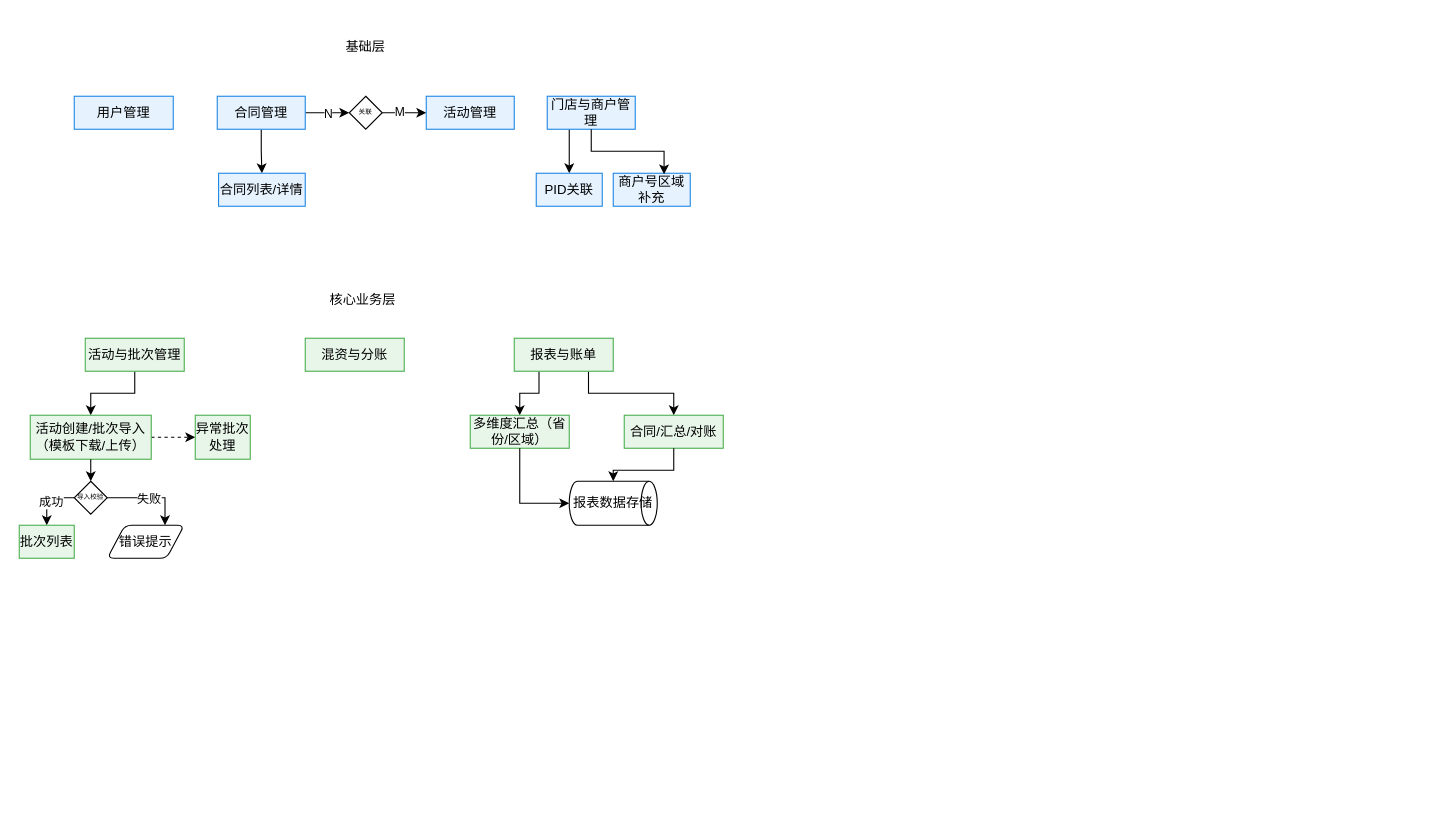
The draw.io diagram 卡券对账.drawio in yoonai/MyTestFolder, before the edit. Source tidied: cells renumbered, new cells numbered last; positions are measured from the earlier drawing's top-left corner, leaving out a move shared by most shapes. Both pictures are drawn from the tidied source at 110%, with x=0, y=0 at pixel (19, 30).
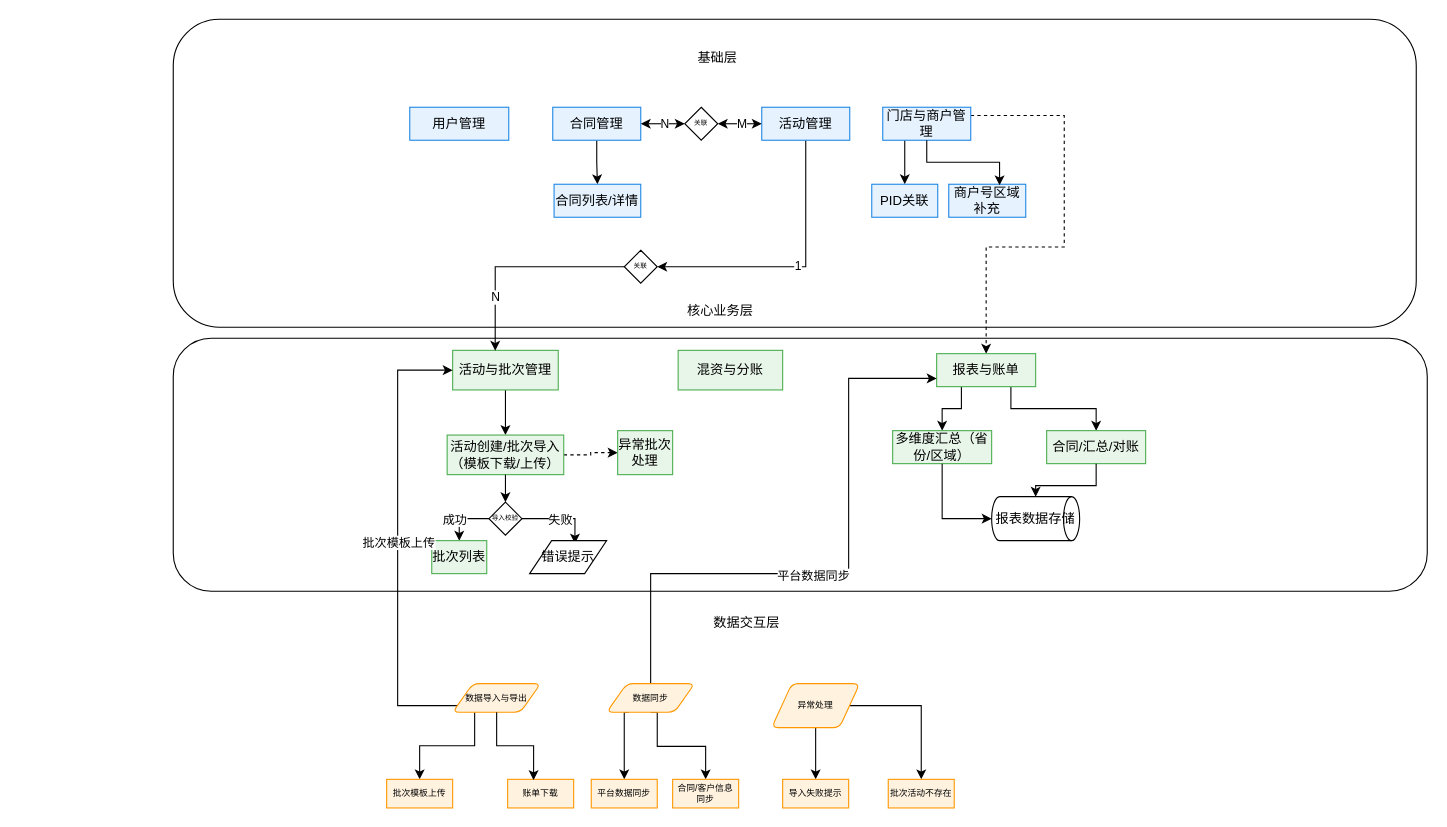
Above is the later version.

Commit message (it also covers changes not shown here):
更新卡券对账.drawio

Unchanged cells that the change refers to:
```xml
<mxCell id="23" style="edgeStyle=orthogonalEdgeStyle;rounded=0;jettySize=auto;html=1;exitX=0;exitY=0.5;exitDx=0;exitDy=0;exitPerimeter=0;entryX=0.5;entryY=0;entryDx=0;entryDy=0;" parent="1" edge="1" source="27" target="28">
  <mxGeometry relative="1" as="geometry" />
</mxCell>
```

Diff of the diagram source:
```diff
@@
+    <mxCell id="41" style="rounded=1;whiteSpace=wrap;html=1;" parent="1" vertex="1">
+      <mxGeometry x="140" y="280" width="1140" height="230" as="geometry" />
+    </mxCell>
+    <mxCell id="42" style="rounded=1;whiteSpace=wrap;html=1;" parent="1" vertex="1">
+      <mxGeometry x="140" y="-10" width="1130" height="280" as="geometry" />
+    </mxCell>
     <mxCell id="2" value="用户管理" style="rounded=0;whiteSpace=wrap;html=1;fillColor=#E6F3FF;strokeColor=#1E88E5;" parent="1" vertex="1">
-      <mxGeometry x="50" y="60" width="90" height="30" as="geometry" />
+      <mxGeometry x="355" y="70" width="90" height="30" as="geometry" />
     </mxCell>
@@
+    <mxCell id="43" style="edgeStyle=orthogonalEdgeStyle;rounded=0;jettySize=auto;html=1;exitX=1;exitY=0.25;exitDx=0;exitDy=0;dashed=1;" parent="1" edge="1" source="4" target="35">
+      <mxGeometry relative="1" as="geometry">
+        <Array as="points">
+          <mxPoint x="950" y="77" />
+          <mxPoint x="950" y="197" />
+          <mxPoint x="879" y="197" />
+        </Array>
+      </mxGeometry>
+    </mxCell>
     <mxCell id="4" value="门店与商户管理" style="rounded=0;whiteSpace=wrap;html=1;fillColor=#E6F3FF;strokeColor=#1E88E5;" parent="1" vertex="1">
-      <mxGeometry x="480" y="60" width="80" height="30" as="geometry" />
+      <mxGeometry x="785" y="70" width="80" height="30" as="geometry" />
     </mxCell>
@@
-    <mxCell id="6" style="edgeStyle=orthogonalEdgeStyle;rounded=0;jettySize=auto;html=1;exitX=1;exitY=0.5;exitDx=0;exitDy=0;entryX=0;entryY=0.5;entryDx=0;entryDy=0;" parent="1" edge="1" source="8" target="15">
-      <mxGeometry relative="1" as="geometry" />
-    </mxCell>
-    <mxCell id="7" value="N" style="edgeLabel;html=1;align=center;verticalAlign=middle;" parent="6" vertex="1">
-      <mxGeometry x="-0.01" relative="1" as="geometry" />
-    </mxCell>
     <mxCell id="8" value="合同管理" style="rounded=0;whiteSpace=wrap;html=1;fillColor=#E6F3FF;strokeColor=#1E88E5;" parent="1" vertex="1">
-      <mxGeometry x="180" y="60" width="80" height="30" as="geometry" />
+      <mxGeometry x="485" y="70" width="80" height="30" as="geometry" />
     </mxCell>
     <mxCell id="9" value="合同列表/详情" style="rounded=0;whiteSpace=wrap;html=1;fillColor=#E6F3FF;strokeColor=#1E88E5;" parent="1" vertex="1">
-      <mxGeometry x="181.2" y="130" width="78.8" height="30" as="geometry" />
+      <mxGeometry x="486.2" y="140" width="78.8" height="30" as="geometry" />
     </mxCell>
     <mxCell id="10" value="PID关联" style="rounded=0;whiteSpace=wrap;html=1;fillColor=#E6F3FF;strokeColor=#1E88E5;" parent="1" vertex="1">
-      <mxGeometry x="470" y="130" width="60" height="30" as="geometry" />
+      <mxGeometry x="775" y="140" width="60" height="30" as="geometry" />
     </mxCell>
     <mxCell id="11" value="商户号区域补充" style="rounded=0;whiteSpace=wrap;html=1;fillColor=#E6F3FF;strokeColor=#1E88E5;" parent="1" vertex="1">
-      <mxGeometry x="540" y="130" width="70" height="30" as="geometry" />
+      <mxGeometry x="845" y="140" width="70" height="30" as="geometry" />
     </mxCell>
+    <mxCell id="44" style="edgeStyle=orthogonalEdgeStyle;rounded=0;jettySize=auto;html=1;exitX=0.5;exitY=1;exitDx=0;exitDy=0;entryX=1;entryY=0.5;entryDx=0;entryDy=0;" parent="1" edge="1" source="12" target="67">
+      <mxGeometry relative="1" as="geometry" />
+    </mxCell>
+    <mxCell id="45" value="1" style="edgeLabel;html=1;align=center;verticalAlign=middle;" parent="44" vertex="1">
+      <mxGeometry x="-0.02" y="-2" relative="1" as="geometry" />
+    </mxCell>
     <mxCell id="12" value="活动管理" style="rounded=0;whiteSpace=wrap;html=1;fillColor=#E6F3FF;strokeColor=#1E88E5;" parent="1" vertex="1">
-      <mxGeometry x="370" y="60" width="80" height="30" as="geometry" />
+      <mxGeometry x="675" y="70" width="80" height="30" as="geometry" />
     </mxCell>
-    <mxCell id="13" style="edgeStyle=orthogonalEdgeStyle;rounded=0;jettySize=auto;html=1;exitX=1;exitY=0.5;exitDx=0;exitDy=0;entryX=0;entryY=0.5;entryDx=0;entryDy=0;" parent="1" edge="1" source="15" target="12">
-      <mxGeometry relative="1" as="geometry" />
-    </mxCell>
-    <mxCell id="14" value="M" style="edgeLabel;html=1;align=center;verticalAlign=middle;" parent="13" vertex="1">
-      <mxGeometry x="-0.27" y="2" relative="1" as="geometry" />
-    </mxCell>
     <mxCell id="15" value="关联" style="rhombus;whiteSpace=wrap;html=1;fontSize=6;" parent="1" vertex="1">
-      <mxGeometry x="300" y="60" width="30" height="30" as="geometry" />
+      <mxGeometry x="605" y="70" width="30" height="30" as="geometry" />
     </mxCell>
     <mxCell id="16" value="基础层" style="text;html=1;whiteSpace=wrap;strokeColor=none;fillColor=none;align=center;verticalAlign=middle;rounded=0;" parent="1" vertex="1">
-      <mxGeometry x="285" width="60" height="30" as="geometry" />
+      <mxGeometry x="605" y="10" width="60" height="30" as="geometry" />
     </mxCell>
     <mxCell id="17" value="核心业务层" style="text;html=1;whiteSpace=wrap;strokeColor=none;fillColor=none;align=center;verticalAlign=middle;rounded=0;" parent="1" vertex="1">
-      <mxGeometry x="280" y="230" width="65" height="30" as="geometry" />
+      <mxGeometry x="605" y="240" width="65" height="30" as="geometry" />
     </mxCell>
@@
     <mxCell id="19" value="活动与批次管理" style="rounded=0;whiteSpace=wrap;html=1;fillColor=#E8F5E9;strokeColor=#4CAF50;" parent="1" vertex="1">
-      <mxGeometry x="60" y="280" width="90" height="30" as="geometry" />
+      <mxGeometry x="394" y="291" width="96" height="36" as="geometry" />
     </mxCell>
@@
     <mxCell id="21" value="活动创建/批次导入（模板下载/上传）" style="rounded=0;whiteSpace=wrap;html=1;fillColor=#E8F5E9;strokeColor=#4CAF50;" parent="1" vertex="1">
-      <mxGeometry x="10" y="350" width="110" height="40" as="geometry" />
+      <mxGeometry x="389" y="368" width="106" height="36" as="geometry" />
     </mxCell>
     <mxCell id="22" value="异常批次处理" style="rounded=0;whiteSpace=wrap;html=1;fillColor=#E8F5E9;strokeColor=#4CAF50;" parent="1" vertex="1">
-      <mxGeometry x="160" y="350" width="50" height="40" as="geometry" />
+      <mxGeometry x="544" y="364" width="50" height="40" as="geometry" />
     </mxCell>
@@
     <mxCell id="24" value="成功" style="edgeLabel;html=1;align=center;verticalAlign=middle;" parent="23" vertex="1">
-      <mxGeometry x="-0.11" y="3" relative="1" as="geometry" />
+      <mxGeometry x="-0.11" y="3" relative="1" as="geometry">
+        <mxPoint x="-11" y="-3" as="offset" />
+      </mxGeometry>
     </mxCell>
-    <mxCell id="25" style="edgeStyle=orthogonalEdgeStyle;rounded=0;jettySize=auto;html=1;exitX=1;exitY=0.5;exitDx=0;exitDy=0;exitPerimeter=0;entryX=0.75;entryY=0;entryDx=0;entryDy=0;" parent="1" edge="1" source="27" target="29">
+    <mxCell id="25" style="edgeStyle=orthogonalEdgeStyle;rounded=0;jettySize=auto;html=1;exitX=1;exitY=0.5;exitDx=0;exitDy=0;exitPerimeter=0;entryX=0.588;entryY=0.089;entryDx=0;entryDy=0;entryPerimeter=0;" parent="1" edge="1" source="27" target="29">
       <mxGeometry relative="1" as="geometry" />
     </mxCell>
@@
     <mxCell id="27" value="导入校验" style="strokeWidth=1;html=1;shape=mxgraph.flowchart.decision;whiteSpace=wrap;fontSize=6;" parent="1" vertex="1">
-      <mxGeometry x="50" y="410" width="30" height="30" as="geometry" />
+      <mxGeometry x="427" y="429" width="30" height="30" as="geometry" />
     </mxCell>
     <mxCell id="28" value="批次列表" style="rounded=0;whiteSpace=wrap;html=1;fillColor=#E8F5E9;strokeColor=#4CAF50;" parent="1" vertex="1">
-      <mxGeometry y="450" width="50" height="30" as="geometry" />
+      <mxGeometry x="375" y="464" width="50" height="30" as="geometry" />
     </mxCell>
-    <mxCell id="29" value="错误提示" style="shape=parallelogram;html=1;strokeWidth=1;perimeter=parallelogramPerimeter;whiteSpace=wrap;rounded=1;arcSize=12;size=0.23;" parent="1" vertex="1">
-      <mxGeometry x="80" y="450" width="70" height="30" as="geometry" />
-    </mxCell>
@@
     <mxCell id="32" value="混资与分账" style="rounded=0;whiteSpace=wrap;html=1;fillColor=#E8F5E9;strokeColor=#4CAF50;" parent="1" vertex="1">
-      <mxGeometry x="260" y="280" width="90" height="30" as="geometry" />
+      <mxGeometry x="599" y="291" width="95" height="36" as="geometry" />
     </mxCell>
@@
     <mxCell id="35" value="报表与账单" style="rounded=0;whiteSpace=wrap;html=1;fillColor=#E8F5E9;strokeColor=#4CAF50;" parent="1" vertex="1">
-      <mxGeometry x="450" y="280" width="90" height="30" as="geometry" />
+      <mxGeometry x="834" y="294" width="90" height="30" as="geometry" />
     </mxCell>
     <mxCell id="36" value="多维度汇总（省份/区域）" style="rounded=0;whiteSpace=wrap;html=1;fillColor=#E8F5E9;strokeColor=#4CAF50;" parent="1" vertex="1">
-      <mxGeometry x="410" y="350" width="90" height="30" as="geometry" />
+      <mxGeometry x="794" y="364" width="90" height="30" as="geometry" />
     </mxCell>
     <mxCell id="37" value="合同/汇总/对账" style="rounded=0;whiteSpace=wrap;html=1;fillColor=#E8F5E9;strokeColor=#4CAF50;" parent="1" vertex="1">
-      <mxGeometry x="550" y="350" width="90" height="30" as="geometry" />
+      <mxGeometry x="934" y="364" width="90" height="30" as="geometry" />
     </mxCell>
     <mxCell id="38" value="报表数据存储" style="strokeWidth=1;html=1;shape=mxgraph.flowchart.direct_data;whiteSpace=wrap;" parent="1" vertex="1">
-      <mxGeometry x="500" y="410" width="80" height="40" as="geometry" />
+      <mxGeometry x="884" y="424" width="80" height="40" as="geometry" />
     </mxCell>
@@
+    <mxCell id="46" value="数据交互层" style="text;html=1;whiteSpace=wrap;strokeColor=none;fillColor=none;align=center;verticalAlign=middle;rounded=0;" parent="1" vertex="1">
+      <mxGeometry x="629" y="524" width="65" height="30" as="geometry" />
+    </mxCell>
+    <mxCell id="29" value="错误提示" style="shape=parallelogram;perimeter=parallelogramPerimeter;whiteSpace=wrap;html=1;fixedSize=1;" parent="1" vertex="1">
+      <mxGeometry x="464" y="464" width="70" height="30" as="geometry" />
+    </mxCell>
+    <mxCell id="47" style="edgeStyle=orthogonalEdgeStyle;rounded=0;jettySize=auto;html=1;entryX=0;entryY=0.5;entryDx=0;entryDy=0;" parent="1" edge="1" source="50" target="19">
+      <mxGeometry relative="1" as="geometry">
+        <Array as="points">
+          <mxPoint x="344" y="614" />
+          <mxPoint x="344" y="309" />
+        </Array>
+      </mxGeometry>
+    </mxCell>
+    <mxCell id="48" value="批次模板上传" style="edgeLabel;html=1;align=center;verticalAlign=middle;" parent="47" vertex="1">
+      <mxGeometry x="-0.01" relative="1" as="geometry" />
+    </mxCell>
+    <mxCell id="49" style="edgeStyle=orthogonalEdgeStyle;rounded=0;jettySize=auto;html=1;exitX=0.25;exitY=1;exitDx=0;exitDy=0;entryX=0.5;entryY=0;entryDx=0;entryDy=0;" parent="1" edge="1" source="50" target="60">
+      <mxGeometry relative="1" as="geometry" />
+    </mxCell>
+    <mxCell id="50" value="数据导入与导出" style="shape=parallelogram;html=1;strokeWidth=1;perimeter=parallelogramPerimeter;whiteSpace=wrap;rounded=1;arcSize=12;size=0.23;fontSize=8;fillColor=#FFF3E0;strokeColor=#FF9800;" parent="1" vertex="1">
+      <mxGeometry x="394" y="594" width="80" height="26" as="geometry" />
+    </mxCell>
+    <mxCell id="51" style="edgeStyle=orthogonalEdgeStyle;rounded=0;orthogonalLoop=1;jettySize=auto;html=1;exitX=0.5;exitY=1;exitDx=0;exitDy=0;" parent="1" edge="1" source="29" target="29">
+      <mxGeometry relative="1" as="geometry" />
+    </mxCell>
+    <mxCell id="52" style="edgeStyle=orthogonalEdgeStyle;rounded=0;jettySize=auto;html=1;exitX=0.75;exitY=0;exitDx=0;exitDy=0;entryX=0;entryY=0.75;entryDx=0;entryDy=0;" parent="1" edge="1" target="35">
+      <mxGeometry relative="1" as="geometry">
+        <mxPoint x="574" y="594" as="sourcePoint" />
+        <Array as="points">
+          <mxPoint x="574" y="494" />
+          <mxPoint x="754" y="494" />
+          <mxPoint x="754" y="317" />
+        </Array>
+      </mxGeometry>
+    </mxCell>
+    <mxCell id="53" value="平台数据同步" style="edgeLabel;html=1;align=center;verticalAlign=middle;" parent="52" vertex="1">
+      <mxGeometry x="-0.08" y="-1" relative="1" as="geometry" />
+    </mxCell>
+    <mxCell id="54" style="edgeStyle=orthogonalEdgeStyle;rounded=0;jettySize=auto;html=1;exitX=0.25;exitY=1;exitDx=0;exitDy=0;entryX=0.5;entryY=0;entryDx=0;entryDy=0;" parent="1" edge="1" source="56" target="62">
+      <mxGeometry relative="1" as="geometry">
+        <Array as="points">
+          <mxPoint x="550" y="620" />
+        </Array>
+      </mxGeometry>
+    </mxCell>
+    <mxCell id="55" style="edgeStyle=orthogonalEdgeStyle;rounded=0;jettySize=auto;html=1;exitX=0.5;exitY=1;exitDx=0;exitDy=0;entryX=0.5;entryY=0;entryDx=0;entryDy=0;" parent="1" edge="1" source="56" target="63">
+      <mxGeometry relative="1" as="geometry">
+        <Array as="points">
+          <mxPoint x="580" y="620" />
+          <mxPoint x="580" y="651" />
+          <mxPoint x="624" y="651" />
+        </Array>
+      </mxGeometry>
+    </mxCell>
+    <mxCell id="56" value="数据同步" style="shape=parallelogram;html=1;strokeWidth=1;perimeter=parallelogramPerimeter;whiteSpace=wrap;rounded=1;arcSize=12;size=0.23;fontSize=8;fillColor=#FFF3E0;strokeColor=#FF9800;" parent="1" vertex="1">
+      <mxGeometry x="534" y="594" width="80" height="26" as="geometry" />
+    </mxCell>
+    <mxCell id="57" style="edgeStyle=orthogonalEdgeStyle;rounded=0;jettySize=auto;html=1;exitX=0.5;exitY=1;exitDx=0;exitDy=0;entryX=0.5;entryY=0;entryDx=0;entryDy=0;" parent="1" edge="1" source="59" target="64">
+      <mxGeometry relative="1" as="geometry" />
+    </mxCell>
+    <mxCell id="58" style="edgeStyle=orthogonalEdgeStyle;rounded=0;jettySize=auto;html=1;exitX=1;exitY=0.5;exitDx=0;exitDy=0;entryX=0.5;entryY=0;entryDx=0;entryDy=0;" parent="1" edge="1" source="59" target="65">
+      <mxGeometry relative="1" as="geometry" />
+    </mxCell>
+    <mxCell id="59" value="异常处理" style="shape=parallelogram;html=1;strokeWidth=1;perimeter=parallelogramPerimeter;whiteSpace=wrap;rounded=1;arcSize=12;size=0.23;fontSize=8;fillColor=#FFF3E0;strokeColor=#FF9800;" parent="1" vertex="1">
+      <mxGeometry x="684" y="594" width="80" height="40" as="geometry" />
+    </mxCell>
+    <mxCell id="60" value="批次模板上传" style="rounded=0;whiteSpace=wrap;html=1;fontSize=8;fillColor=#FFF3E0;strokeColor=#FF9800;" parent="1" vertex="1">
+      <mxGeometry x="334" y="681" width="60" height="26" as="geometry" />
+    </mxCell>
+    <mxCell id="61" value="账单下载" style="rounded=0;whiteSpace=wrap;html=1;fontSize=8;fillColor=#FFF3E0;strokeColor=#FF9800;" parent="1" vertex="1">
+      <mxGeometry x="444" y="681" width="60" height="26" as="geometry" />
+    </mxCell>
+    <mxCell id="62" value="平台数据同步" style="rounded=0;whiteSpace=wrap;html=1;fontSize=8;fillColor=#FFF3E0;strokeColor=#FF9800;" parent="1" vertex="1">
+      <mxGeometry x="520" y="681" width="60" height="26" as="geometry" />
+    </mxCell>
+    <mxCell id="63" value="合同/客户信息同步" style="rounded=0;whiteSpace=wrap;html=1;fontSize=8;fillColor=#FFF3E0;strokeColor=#FF9800;" parent="1" vertex="1">
+      <mxGeometry x="594" y="681" width="60" height="26" as="geometry" />
+    </mxCell>
+    <mxCell id="64" value="导入失败提示" style="rounded=0;whiteSpace=wrap;html=1;fontSize=8;fillColor=#FFF3E0;strokeColor=#FF9800;" parent="1" vertex="1">
+      <mxGeometry x="694" y="681" width="60" height="26" as="geometry" />
+    </mxCell>
+    <mxCell id="65" value="批次活动不存在" style="rounded=0;whiteSpace=wrap;html=1;fontSize=8;fillColor=#FFF3E0;strokeColor=#FF9800;" parent="1" vertex="1">
+      <mxGeometry x="790" y="681" width="60" height="26" as="geometry" />
+    </mxCell>
+    <mxCell id="66" style="edgeStyle=orthogonalEdgeStyle;rounded=0;jettySize=auto;html=1;exitX=0.5;exitY=1;exitDx=0;exitDy=0;entryX=0.393;entryY=0.027;entryDx=0;entryDy=0;entryPerimeter=0;" parent="1" edge="1" source="50" target="61">
+      <mxGeometry relative="1" as="geometry" />
+    </mxCell>
+    <mxCell id="67" value="关联" style="rhombus;whiteSpace=wrap;html=1;fontSize=6;" parent="1" vertex="1">
+      <mxGeometry x="550" y="200" width="30" height="30" as="geometry" />
+    </mxCell>
+    <mxCell id="68" style="edgeStyle=orthogonalEdgeStyle;rounded=0;jettySize=auto;html=1;entryX=0.403;entryY=0.01;entryDx=0;entryDy=0;entryPerimeter=0;" parent="1" edge="1" source="67" target="19">
+      <mxGeometry relative="1" as="geometry" />
+    </mxCell>
+    <mxCell id="69" value="N" style="edgeLabel;html=1;align=center;verticalAlign=middle;" parent="68" vertex="1">
+      <mxGeometry x="0.5" relative="1" as="geometry" />
+    </mxCell>
+    <mxCell id="6" style="endArrow=classic;startArrow=classic;html=1;rounded=0;entryX=0;entryY=0.5;entryDx=0;entryDy=0;" parent="1" edge="1" source="8" target="15">
+      <mxGeometry relative="1" as="geometry" />
+    </mxCell>
+    <mxCell id="70" value="N" style="edgeLabel;html=1;align=center;verticalAlign=middle;" parent="6" vertex="1">
+      <mxGeometry x="0.06" y="1" relative="1" as="geometry" />
+    </mxCell>
+    <mxCell id="13" style="endArrow=classic;startArrow=classic;html=1;rounded=0;entryX=0;entryY=0.5;entryDx=0;entryDy=0;exitX=1;exitY=0.5;exitDx=0;exitDy=0;" parent="1" edge="1" source="15" target="12">
+      <mxGeometry relative="1" as="geometry" />
+    </mxCell>
+    <mxCell id="14" value="M" style="edgeLabel;html=1;align=center;verticalAlign=middle;" parent="13" vertex="1">
+      <mxGeometry x="0.06" y="1" relative="1" as="geometry" />
+    </mxCell>
```
